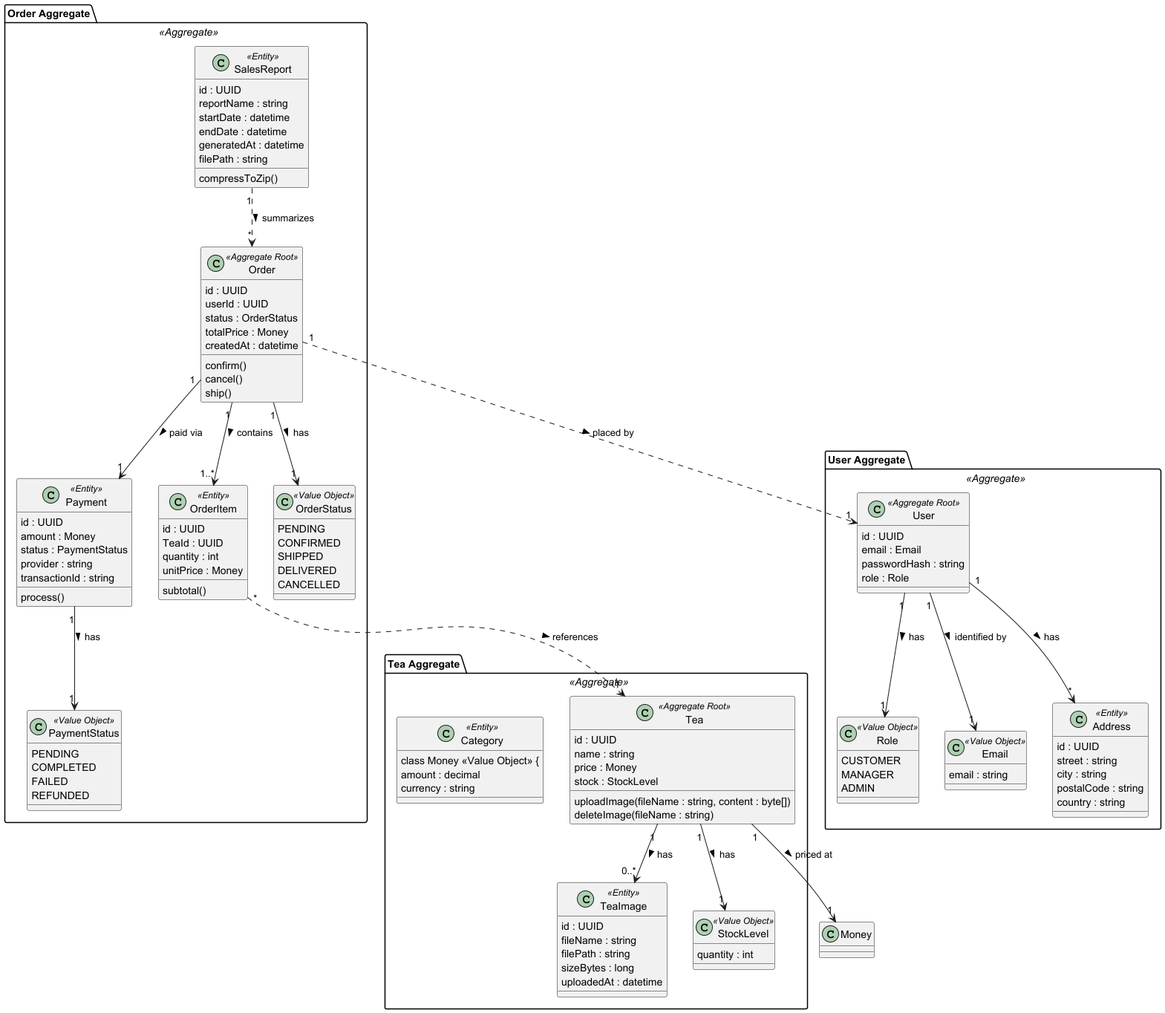
Earlier version of the PlantUML export Documentation/Analysis/DDD model.png (mei-desofs/desofs2026-tue_crr_3).
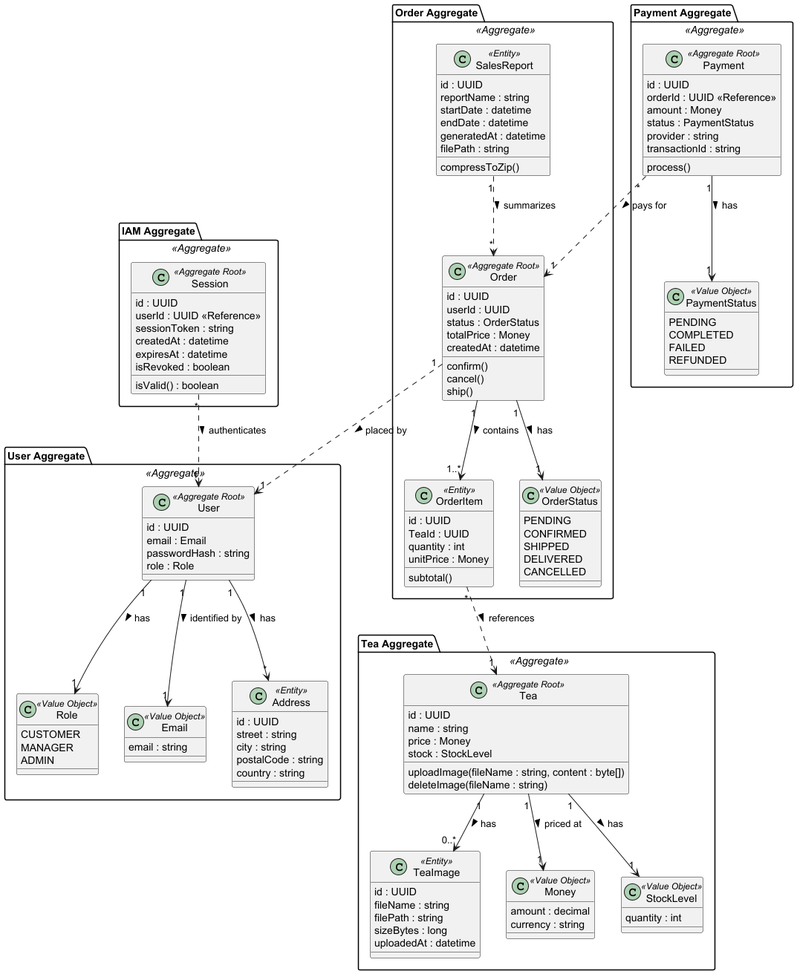
The same file after the commit.

The edit, as a diff of the source:
```diff
@@ -1,4 +1,16 @@
 @startuml
+
+package "IAM Aggregate" <<Aggregate>> {
+  class Session <<Aggregate Root>> {
+    id : UUID
+    userId : UUID <<Reference>>
+    sessionToken : string
+    createdAt : datetime
+    expiresAt : datetime
+    isRevoked : boolean
+    isValid() : boolean
+  }
+}
 
 package "User Aggregate" <<Aggregate>> {
   class User <<Aggregate Root>> {
@@ -40,8 +52,6 @@
     sizeBytes : long
     uploadedAt : datetime
   }
-  class Category <<Entity>> {
-
   class Money <<Value Object>> {
     amount : decimal
     currency : string
@@ -69,26 +79,12 @@
     unitPrice : Money
     subtotal()
   }
-  class Payment <<Entity>> {
-    id : UUID
-    amount : Money
-    status : PaymentStatus
-    provider : string
-    transactionId : string
-    process()
-  }
   class OrderStatus <<Value Object>> {
     PENDING
     CONFIRMED
     SHIPPED
     DELIVERED
     CANCELLED
-  }
-  class PaymentStatus <<Value Object>> {
-    PENDING
-    COMPLETED
-    FAILED
-    REFUNDED
   }
   class SalesReport <<Entity>> {
     id : UUID
@@ -101,9 +97,29 @@
   }
 }
 
+package "Payment Aggregate" <<Aggregate>> {
+  class Payment <<Aggregate Root>> {
+    id : UUID
+    orderId : UUID <<Reference>>
+    amount : Money
+    status : PaymentStatus
+    provider : string
+    transactionId : string
+    process()
+  }
+  class PaymentStatus <<Value Object>> {
+    PENDING
+    COMPLETED
+    FAILED
+    REFUNDED
+  }
+}
+
 User "1" --> "1" Role : has >
 User "1" --> "1" Email : identified by >
 User "1" --> "*" Address : has >
+
+Session "*" ..> "1" User : authenticates >
 
 Tea "1" --> "1" Money : priced at >
 Tea "1" --> "1" StockLevel : has >
@@ -111,11 +127,13 @@
 
 Order "1" --> "1" OrderStatus : has >
 Order "1" --> "1..*" OrderItem : contains >
-Order "1" --> "1" Payment : paid via >
-Payment "1" --> "1" PaymentStatus : has >
 SalesReport "1" ..> "*" Order : summarizes >
 
-Order "1" ..> "1" User : placed by  >
+Order "1" ..> "1" User : placed by >
 OrderItem "*" ..> "1" Tea : references >
 
+Payment "*" ..> "1" Order : pays for >
+Payment "1" --> "1" PaymentStatus : has >
+
+
 @enduml
```
